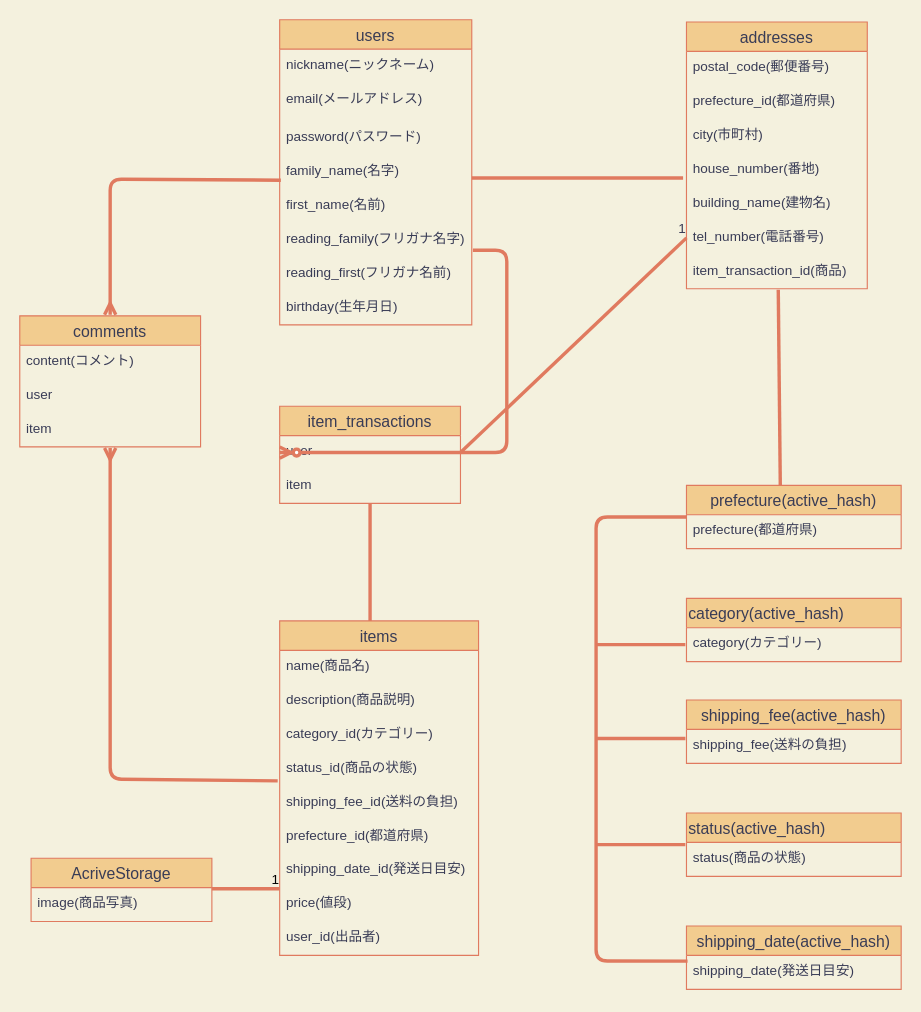
Above: page "ページ1" (1 of 2) of test.dio in hidekicchan/furima-29087 (draw.io), before the change. Source tidied: cells renumbered, new cells numbered last; positions are measured from the earlier drawing's top-left corner, leaving out a move shared by most shapes. Both pictures are drawn from the tidied source at 113%, with x=0, y=0 at pixel (19, 19).
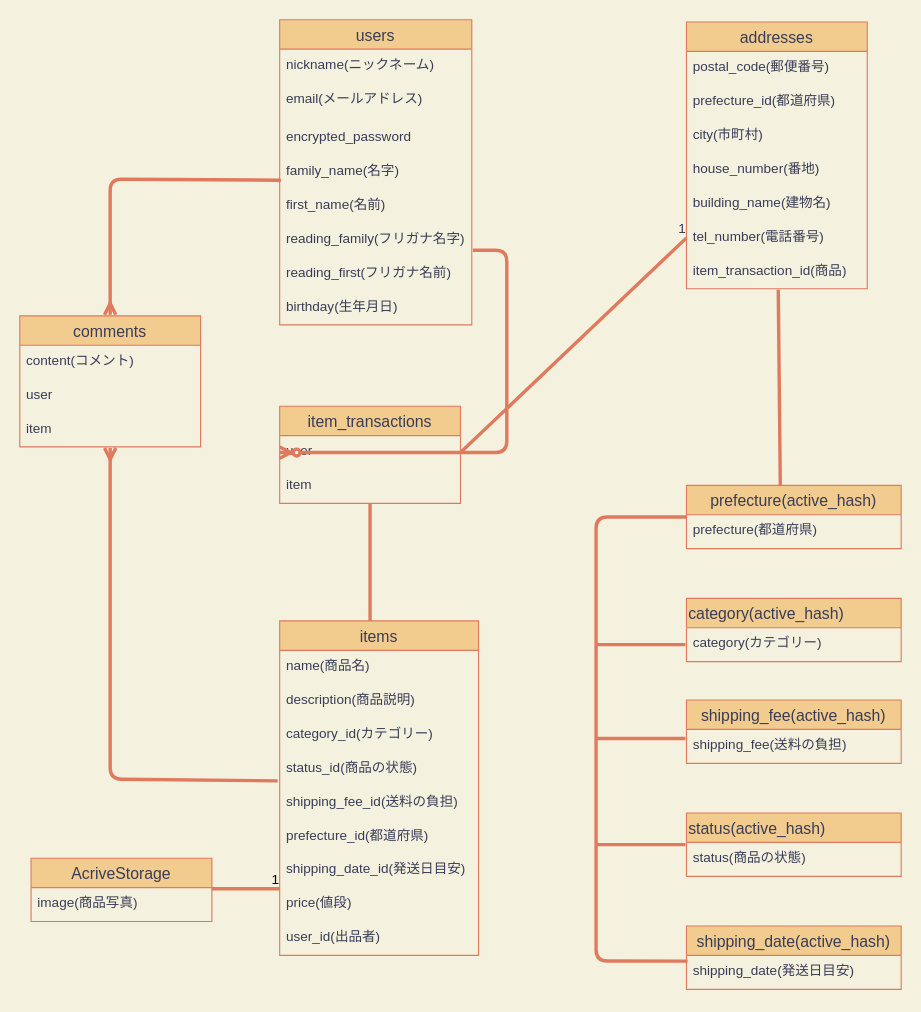
The same diagram, later.

Commit message (it also covers changes not shown here):
ER図作成、READMEにデータベース設計の修正 #3

Unchanged cells that the change refers to:
```xml
<mxCell id="15" value="users" style="swimlane;fontStyle=0;horizontal=1;startSize=26;align=center;fontSize=14;fillColor=#F2CC8F;strokeColor=#E07A5F;fontColor=#393C56;" parent="1" vertex="1">
  <mxGeometry x="230" width="170" height="270" as="geometry" />
</mxCell>
```

Change to the diagram source:
```diff
@@
-    <mxCell id="12" style="endArrow=none;html=1;rounded=0;strokeColor=#E07A5F;strokeWidth=3;fillColor=#F2CC8F;fontColor=#393C56;labelBackgroundColor=#F4F1DE;" parent="1" edge="1">
-      <mxGeometry relative="1" as="geometry">
-        <mxPoint x="400" y="140" as="sourcePoint" />
-        <mxPoint x="587" y="140" as="targetPoint" />
-      </mxGeometry>
-    </mxCell>
@@
-    <mxCell id="18" value="password(パスワード)" style="text;strokeColor=none;fillColor=none;spacingLeft=4;spacingRight=4;overflow=hidden;fontSize=12;fontColor=#393C56;" parent="15" vertex="1">
+    <mxCell id="18" value="encrypted_password" style="text;strokeColor=none;fillColor=none;spacingLeft=4;spacingRight=4;overflow=hidden;fontSize=12;fontColor=#393C56;" parent="15" vertex="1">
       <mxGeometry y="90" width="170" height="30" as="geometry" />
     </mxCell>
```
